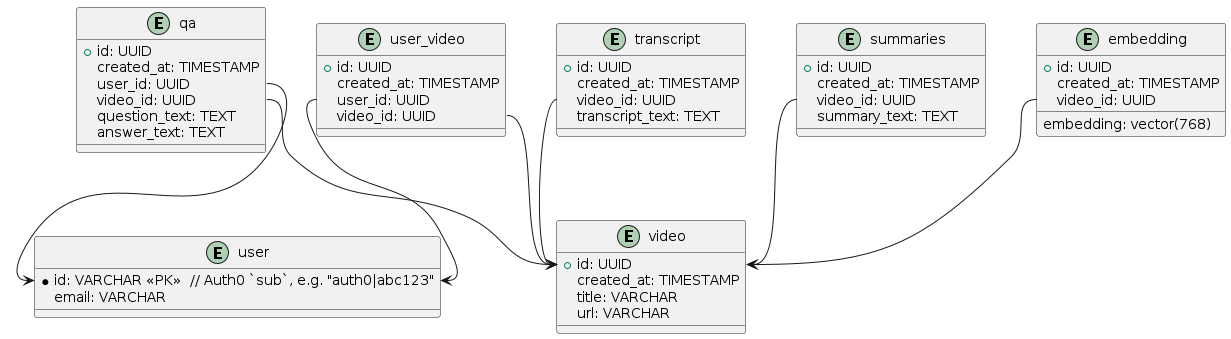
Before: docs/db_schema.png, a diagram exported from PlantUML (vm1828/yt-assistant).
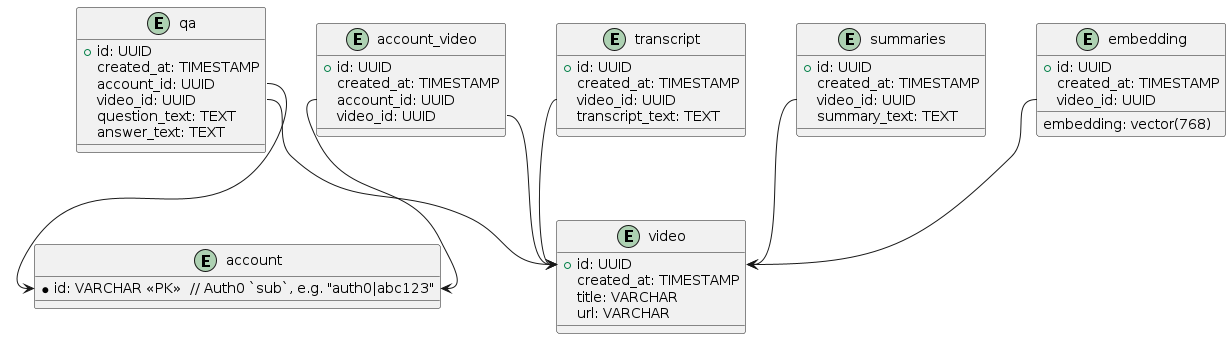
After the change.

Commit message:
feat(auth): configure db

The edit, as a diff of the source:
```diff
@@ -1,8 +1,7 @@
 @startuml
 
-entity "user" {
+entity "account" {
   *id: VARCHAR <<PK>>  // Auth0 `sub`, e.g. "auth0|abc123"
-  email: VARCHAR
 }
 
 entity "video" {
@@ -12,10 +11,10 @@
   url: VARCHAR
 }
 
-entity "user_video" {
+entity "account_video" {
   +id: UUID
   created_at: TIMESTAMP
-  user_id: UUID
+  account_id: UUID
   video_id: UUID
 }
 
@@ -36,7 +35,7 @@
 entity "qa" {
   +id: UUID
   created_at: TIMESTAMP
-  user_id: UUID
+  account_id: UUID
   video_id: UUID
   question_text: TEXT
   answer_text: TEXT
@@ -49,15 +48,15 @@
   embedding: vector(768)
 }
 
-user_video::user_id --> user::id
-user_video::video_id --> video::id
+account_video::account_id --> account::id
+account_video::video_id --> video::id
 
 transcript::video_id --> video::id
 
 summaries::video_id --> video::id
 
 qa::video_id --> video::id
-qa::user_id --> user::id
+qa::account_id --> account::id
 
 embedding::video_id --> video::id
 
```
